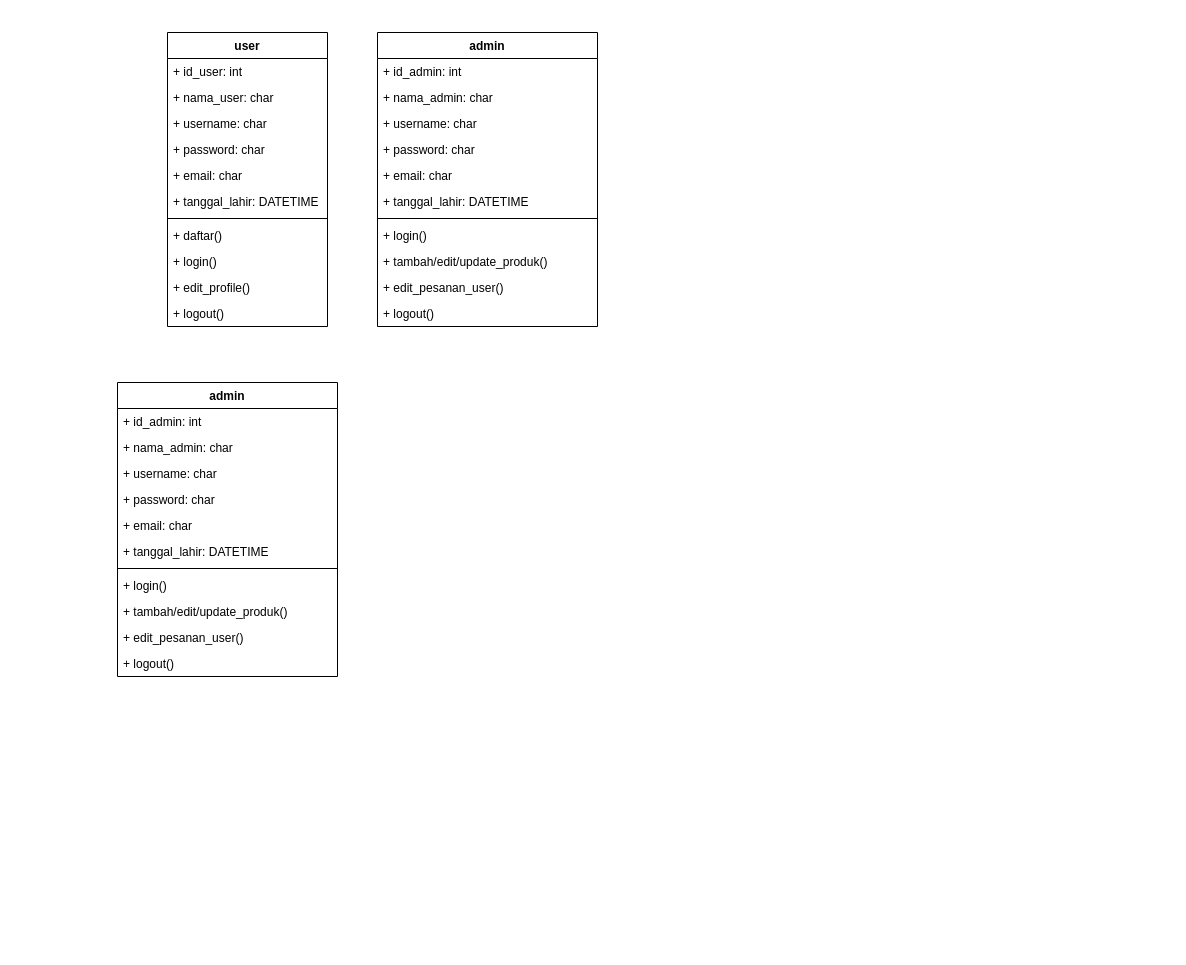
Earlier version of the draw.io diagram classDiagram.drawio (romijatmiko/2N2R-SHOES-WEBSITE). Source tidied: cells renumbered, new cells numbered last; positions are measured from the earlier drawing's top-left corner, leaving out a move shared by most shapes. Both pictures are drawn from the tidied source at 100%, with x=0, y=0 at pixel (117, 32).
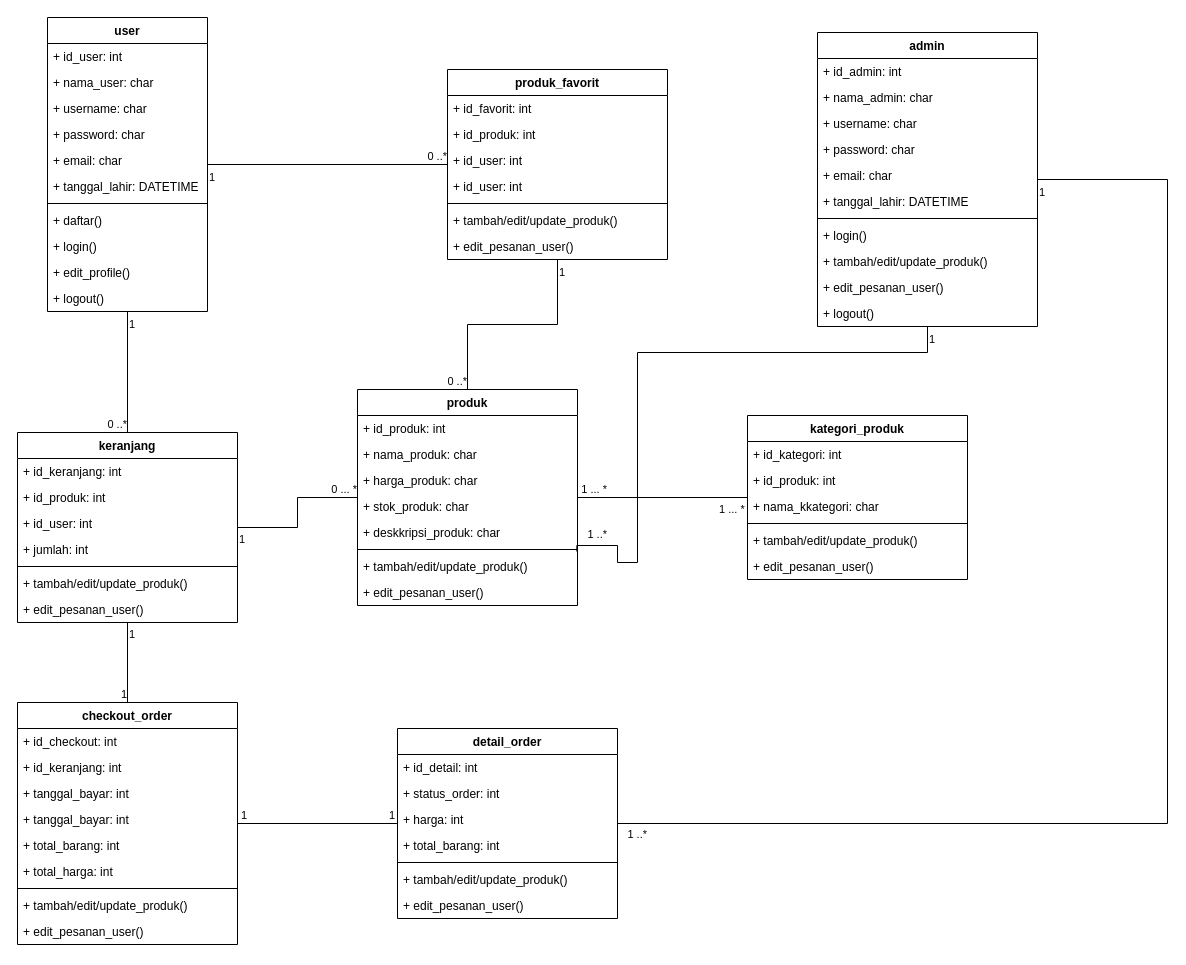
After the change.

What changed in the source:
```diff
@@
     <mxCell id="2" value="user" style="swimlane;fontStyle=1;align=center;verticalAlign=top;horizontal=1;startSize=26;" parent="1" vertex="1">
-      <mxGeometry x="50" width="160" height="294" as="geometry" />
+      <mxGeometry x="-70" y="-15" width="160" height="294" as="geometry" />
     </mxCell>
@@
     <mxCell id="14" value="admin" style="swimlane;fontStyle=1;align=center;verticalAlign=top;horizontal=1;startSize=26;" parent="1" vertex="1">
-      <mxGeometry x="260" width="220" height="294" as="geometry" />
+      <mxGeometry x="700" width="220" height="294" as="geometry" />
     </mxCell>
@@
-    <mxCell id="26" value="admin" style="swimlane;fontStyle=1;align=center;verticalAlign=top;horizontal=1;startSize=26;" parent="1" vertex="1">
-      <mxGeometry y="350" width="220" height="294" as="geometry" />
+    <mxCell id="26" value="produk" style="swimlane;fontStyle=1;align=center;verticalAlign=top;horizontal=1;startSize=26;" parent="1" vertex="1">
+      <mxGeometry x="240" y="357" width="220" height="216" as="geometry" />
     </mxCell>
-    <mxCell id="27" value="+ id_admin: int" style="text;strokeColor=none;fillColor=none;align=left;verticalAlign=top;spacingLeft=4;spacingRight=4;overflow=hidden;" parent="26" vertex="1">
+    <mxCell id="27" value="+ id_produk: int" style="text;strokeColor=none;fillColor=none;align=left;verticalAlign=top;spacingLeft=4;spacingRight=4;overflow=hidden;" parent="26" vertex="1">
       <mxGeometry y="26" width="220" height="26" as="geometry" />
     </mxCell>
-    <mxCell id="28" value="+ nama_admin: char" style="text;strokeColor=none;fillColor=none;align=left;verticalAlign=top;spacingLeft=4;spacingRight=4;overflow=hidden;" parent="26" vertex="1">
+    <mxCell id="28" value="+ nama_produk: char" style="text;strokeColor=none;fillColor=none;align=left;verticalAlign=top;spacingLeft=4;spacingRight=4;overflow=hidden;" parent="26" vertex="1">
       <mxGeometry y="52" width="220" height="26" as="geometry" />
     </mxCell>
-    <mxCell id="29" value="+ username: char" style="text;strokeColor=none;fillColor=none;align=left;verticalAlign=top;spacingLeft=4;spacingRight=4;overflow=hidden;" parent="26" vertex="1">
+    <mxCell id="29" value="+ harga_produk: char" style="text;strokeColor=none;fillColor=none;align=left;verticalAlign=top;spacingLeft=4;spacingRight=4;overflow=hidden;" parent="26" vertex="1">
       <mxGeometry y="78" width="220" height="26" as="geometry" />
     </mxCell>
-    <mxCell id="30" value="+ password: char" style="text;strokeColor=none;fillColor=none;align=left;verticalAlign=top;spacingLeft=4;spacingRight=4;overflow=hidden;" parent="26" vertex="1">
+    <mxCell id="30" value="+ stok_produk: char" style="text;strokeColor=none;fillColor=none;align=left;verticalAlign=top;spacingLeft=4;spacingRight=4;overflow=hidden;" parent="26" vertex="1">
       <mxGeometry y="104" width="220" height="26" as="geometry" />
     </mxCell>
-    <mxCell id="31" value="+ email: char" style="text;strokeColor=none;fillColor=none;align=left;verticalAlign=top;spacingLeft=4;spacingRight=4;overflow=hidden;" parent="26" vertex="1">
+    <mxCell id="31" value="+ deskkripsi_produk: char" style="text;strokeColor=none;fillColor=none;align=left;verticalAlign=top;spacingLeft=4;spacingRight=4;overflow=hidden;" parent="26" vertex="1">
       <mxGeometry y="130" width="220" height="26" as="geometry" />
     </mxCell>
-    <mxCell id="32" value="+ tanggal_lahir: DATETIME" style="text;strokeColor=none;fillColor=none;align=left;verticalAlign=top;spacingLeft=4;spacingRight=4;overflow=hidden;" parent="26" vertex="1">
-      <mxGeometry y="156" width="220" height="26" as="geometry" />
-    </mxCell>
     <mxCell id="33" style="line;strokeWidth=1;fillColor=none;align=left;verticalAlign=middle;spacingTop=-1;spacingLeft=3;spacingRight=3;labelPosition=right;points=[];portConstraint=eastwest;" parent="26" vertex="1">
-      <mxGeometry y="182" width="220" height="8" as="geometry" />
+      <mxGeometry y="156" width="220" height="8" as="geometry" />
     </mxCell>
-    <mxCell id="34" value="+ login()" style="text;strokeColor=none;fillColor=none;align=left;verticalAlign=top;spacingLeft=4;spacingRight=4;overflow=hidden;" parent="26" vertex="1">
-      <mxGeometry y="190" width="220" height="26" as="geometry" />
-    </mxCell>
     <mxCell id="35" value="+ tambah/edit/update_produk()" style="text;strokeColor=none;fillColor=none;align=left;verticalAlign=top;spacingLeft=4;spacingRight=4;overflow=hidden;" parent="26" vertex="1">
-      <mxGeometry y="216" width="220" height="26" as="geometry" />
+      <mxGeometry y="164" width="220" height="26" as="geometry" />
     </mxCell>
     <mxCell id="36" value="+ edit_pesanan_user()" style="text;strokeColor=none;fillColor=none;align=left;verticalAlign=top;spacingLeft=4;spacingRight=4;overflow=hidden;" parent="26" vertex="1">
-      <mxGeometry y="242" width="220" height="26" as="geometry" />
+      <mxGeometry y="190" width="220" height="26" as="geometry" />
     </mxCell>
-    <mxCell id="37" value="+ logout()" style="text;strokeColor=none;fillColor=none;align=left;verticalAlign=top;spacingLeft=4;spacingRight=4;overflow=hidden;" parent="26" vertex="1">
-      <mxGeometry y="268" width="220" height="26" as="geometry" />
-    </mxCell>
+    <mxCell id="38" value="kategori_produk" style="swimlane;fontStyle=1;align=center;verticalAlign=top;horizontal=1;startSize=26;" parent="1" vertex="1">
+      <mxGeometry x="630" y="383" width="220" height="164" as="geometry" />
+    </mxCell>
+    <mxCell id="39" value="+ id_kategori: int" style="text;strokeColor=none;fillColor=none;align=left;verticalAlign=top;spacingLeft=4;spacingRight=4;overflow=hidden;" parent="38" vertex="1">
+      <mxGeometry y="26" width="220" height="26" as="geometry" />
+    </mxCell>
+    <mxCell id="40" value="+ id_produk: int" style="text;strokeColor=none;fillColor=none;align=left;verticalAlign=top;spacingLeft=4;spacingRight=4;overflow=hidden;" parent="38" vertex="1">
+      <mxGeometry y="52" width="220" height="26" as="geometry" />
+    </mxCell>
+    <mxCell id="41" value="+ nama_kkategori: char" style="text;strokeColor=none;fillColor=none;align=left;verticalAlign=top;spacingLeft=4;spacingRight=4;overflow=hidden;" parent="38" vertex="1">
+      <mxGeometry y="78" width="220" height="26" as="geometry" />
+    </mxCell>
+    <mxCell id="42" style="line;strokeWidth=1;fillColor=none;align=left;verticalAlign=middle;spacingTop=-1;spacingLeft=3;spacingRight=3;labelPosition=right;" parent="38" vertex="1">
+      <mxGeometry y="104" width="220" height="8" as="geometry" />
+    </mxCell>
+    <mxCell id="43" value="+ tambah/edit/update_produk()" style="text;strokeColor=none;fillColor=none;align=left;verticalAlign=top;spacingLeft=4;spacingRight=4;overflow=hidden;" parent="38" vertex="1">
+      <mxGeometry y="112" width="220" height="26" as="geometry" />
+    </mxCell>
+    <mxCell id="44" value="+ edit_pesanan_user()" style="text;strokeColor=none;fillColor=none;align=left;verticalAlign=top;spacingLeft=4;spacingRight=4;overflow=hidden;" parent="38" vertex="1">
+      <mxGeometry y="138" width="220" height="26" as="geometry" />
+    </mxCell>
+    <mxCell id="45" value="produk_favorit" style="swimlane;fontStyle=1;align=center;verticalAlign=top;horizontal=1;startSize=26;" parent="1" vertex="1">
+      <mxGeometry x="330" y="37" width="220" height="190" as="geometry" />
+    </mxCell>
+    <mxCell id="46" value="+ id_favorit: int" style="text;strokeColor=none;fillColor=none;align=left;verticalAlign=top;spacingLeft=4;spacingRight=4;overflow=hidden;" parent="45" vertex="1">
+      <mxGeometry y="26" width="220" height="26" as="geometry" />
+    </mxCell>
+    <mxCell id="47" value="+ id_produk: int" style="text;strokeColor=none;fillColor=none;align=left;verticalAlign=top;spacingLeft=4;spacingRight=4;overflow=hidden;" parent="45" vertex="1">
+      <mxGeometry y="52" width="220" height="26" as="geometry" />
+    </mxCell>
+    <mxCell id="48" value="+ id_user: int" style="text;strokeColor=none;fillColor=none;align=left;verticalAlign=top;spacingLeft=4;spacingRight=4;overflow=hidden;" parent="45" vertex="1">
+      <mxGeometry y="78" width="220" height="26" as="geometry" />
+    </mxCell>
+    <mxCell id="49" value="+ id_user: int" style="text;strokeColor=none;fillColor=none;align=left;verticalAlign=top;spacingLeft=4;spacingRight=4;overflow=hidden;" parent="45" vertex="1">
+      <mxGeometry y="104" width="220" height="26" as="geometry" />
+    </mxCell>
+    <mxCell id="50" style="line;strokeWidth=1;fillColor=none;align=left;verticalAlign=middle;spacingTop=-1;spacingLeft=3;spacingRight=3;labelPosition=right;" parent="45" vertex="1">
+      <mxGeometry y="130" width="220" height="8" as="geometry" />
+    </mxCell>
+    <mxCell id="51" value="+ tambah/edit/update_produk()" style="text;strokeColor=none;fillColor=none;align=left;verticalAlign=top;spacingLeft=4;spacingRight=4;overflow=hidden;" parent="45" vertex="1">
+      <mxGeometry y="138" width="220" height="26" as="geometry" />
+    </mxCell>
+    <mxCell id="52" value="+ edit_pesanan_user()" style="text;strokeColor=none;fillColor=none;align=left;verticalAlign=top;spacingLeft=4;spacingRight=4;overflow=hidden;" parent="45" vertex="1">
+      <mxGeometry y="164" width="220" height="26" as="geometry" />
+    </mxCell>
+    <mxCell id="53" value="keranjang" style="swimlane;fontStyle=1;align=center;verticalAlign=top;horizontal=1;startSize=26;" parent="1" vertex="1">
+      <mxGeometry x="-100" y="400" width="220" height="190" as="geometry" />
+    </mxCell>
+    <mxCell id="54" value="+ id_keranjang: int" style="text;strokeColor=none;fillColor=none;align=left;verticalAlign=top;spacingLeft=4;spacingRight=4;overflow=hidden;" parent="53" vertex="1">
+      <mxGeometry y="26" width="220" height="26" as="geometry" />
+    </mxCell>
+    <mxCell id="55" value="+ id_produk: int" style="text;strokeColor=none;fillColor=none;align=left;verticalAlign=top;spacingLeft=4;spacingRight=4;overflow=hidden;" parent="53" vertex="1">
+      <mxGeometry y="52" width="220" height="26" as="geometry" />
+    </mxCell>
+    <mxCell id="56" value="+ id_user: int" style="text;strokeColor=none;fillColor=none;align=left;verticalAlign=top;spacingLeft=4;spacingRight=4;overflow=hidden;" parent="53" vertex="1">
+      <mxGeometry y="78" width="220" height="26" as="geometry" />
+    </mxCell>
+    <mxCell id="57" value="+ jumlah: int" style="text;strokeColor=none;fillColor=none;align=left;verticalAlign=top;spacingLeft=4;spacingRight=4;overflow=hidden;" parent="53" vertex="1">
+      <mxGeometry y="104" width="220" height="26" as="geometry" />
+    </mxCell>
+    <mxCell id="58" style="line;strokeWidth=1;fillColor=none;align=left;verticalAlign=middle;spacingTop=-1;spacingLeft=3;spacingRight=3;labelPosition=right;" parent="53" vertex="1">
+      <mxGeometry y="130" width="220" height="8" as="geometry" />
+    </mxCell>
+    <mxCell id="59" value="+ tambah/edit/update_produk()" style="text;strokeColor=none;fillColor=none;align=left;verticalAlign=top;spacingLeft=4;spacingRight=4;overflow=hidden;" parent="53" vertex="1">
+      <mxGeometry y="138" width="220" height="26" as="geometry" />
+    </mxCell>
+    <mxCell id="60" value="+ edit_pesanan_user()" style="text;strokeColor=none;fillColor=none;align=left;verticalAlign=top;spacingLeft=4;spacingRight=4;overflow=hidden;" parent="53" vertex="1">
+      <mxGeometry y="164" width="220" height="26" as="geometry" />
+    </mxCell>
+    <mxCell id="61" value="checkout_order" style="swimlane;fontStyle=1;align=center;verticalAlign=top;horizontal=1;startSize=26;" parent="1" vertex="1">
+      <mxGeometry x="-100" y="670" width="220" height="242" as="geometry" />
+    </mxCell>
+    <mxCell id="62" value="+ id_checkout: int" style="text;strokeColor=none;fillColor=none;align=left;verticalAlign=top;spacingLeft=4;spacingRight=4;overflow=hidden;" parent="61" vertex="1">
+      <mxGeometry y="26" width="220" height="26" as="geometry" />
+    </mxCell>
+    <mxCell id="63" value="+ id_keranjang: int" style="text;strokeColor=none;fillColor=none;align=left;verticalAlign=top;spacingLeft=4;spacingRight=4;overflow=hidden;" parent="61" vertex="1">
+      <mxGeometry y="52" width="220" height="26" as="geometry" />
+    </mxCell>
+    <mxCell id="64" value="+ tanggal_bayar: int" style="text;strokeColor=none;fillColor=none;align=left;verticalAlign=top;spacingLeft=4;spacingRight=4;overflow=hidden;" parent="61" vertex="1">
+      <mxGeometry y="78" width="220" height="26" as="geometry" />
+    </mxCell>
+    <mxCell id="65" value="+ tanggal_bayar: int" style="text;strokeColor=none;fillColor=none;align=left;verticalAlign=top;spacingLeft=4;spacingRight=4;overflow=hidden;" parent="61" vertex="1">
+      <mxGeometry y="104" width="220" height="26" as="geometry" />
+    </mxCell>
+    <mxCell id="66" value="+ total_barang: int" style="text;strokeColor=none;fillColor=none;align=left;verticalAlign=top;spacingLeft=4;spacingRight=4;overflow=hidden;" parent="61" vertex="1">
+      <mxGeometry y="130" width="220" height="26" as="geometry" />
+    </mxCell>
+    <mxCell id="67" value="+ total_harga: int" style="text;strokeColor=none;fillColor=none;align=left;verticalAlign=top;spacingLeft=4;spacingRight=4;overflow=hidden;" parent="61" vertex="1">
+      <mxGeometry y="156" width="220" height="26" as="geometry" />
+    </mxCell>
+    <mxCell id="68" style="line;strokeWidth=1;fillColor=none;align=left;verticalAlign=middle;spacingTop=-1;spacingLeft=3;spacingRight=3;labelPosition=right;" parent="61" vertex="1">
+      <mxGeometry y="182" width="220" height="8" as="geometry" />
+    </mxCell>
+    <mxCell id="69" value="+ tambah/edit/update_produk()" style="text;strokeColor=none;fillColor=none;align=left;verticalAlign=top;spacingLeft=4;spacingRight=4;overflow=hidden;" parent="61" vertex="1">
+      <mxGeometry y="190" width="220" height="26" as="geometry" />
+    </mxCell>
+    <mxCell id="70" value="+ edit_pesanan_user()" style="text;strokeColor=none;fillColor=none;align=left;verticalAlign=top;spacingLeft=4;spacingRight=4;overflow=hidden;" parent="61" vertex="1">
+      <mxGeometry y="216" width="220" height="26" as="geometry" />
+    </mxCell>
+    <mxCell id="71" value="detail_order" style="swimlane;fontStyle=1;align=center;verticalAlign=top;horizontal=1;startSize=26;" parent="1" vertex="1">
+      <mxGeometry x="280" y="696" width="220" height="190" as="geometry" />
+    </mxCell>
+    <mxCell id="72" value="+ id_detail: int" style="text;strokeColor=none;fillColor=none;align=left;verticalAlign=top;spacingLeft=4;spacingRight=4;overflow=hidden;" parent="71" vertex="1">
+      <mxGeometry y="26" width="220" height="26" as="geometry" />
+    </mxCell>
+    <mxCell id="73" value="+ status_order: int" style="text;strokeColor=none;fillColor=none;align=left;verticalAlign=top;spacingLeft=4;spacingRight=4;overflow=hidden;" parent="71" vertex="1">
+      <mxGeometry y="52" width="220" height="26" as="geometry" />
+    </mxCell>
+    <mxCell id="74" value="+ harga: int" style="text;strokeColor=none;fillColor=none;align=left;verticalAlign=top;spacingLeft=4;spacingRight=4;overflow=hidden;" parent="71" vertex="1">
+      <mxGeometry y="78" width="220" height="26" as="geometry" />
+    </mxCell>
+    <mxCell id="75" value="+ total_barang: int" style="text;strokeColor=none;fillColor=none;align=left;verticalAlign=top;spacingLeft=4;spacingRight=4;overflow=hidden;" parent="71" vertex="1">
+      <mxGeometry y="104" width="220" height="26" as="geometry" />
+    </mxCell>
+    <mxCell id="76" style="line;strokeWidth=1;fillColor=none;align=left;verticalAlign=middle;spacingTop=-1;spacingLeft=3;spacingRight=3;labelPosition=right;" parent="71" vertex="1">
+      <mxGeometry y="130" width="220" height="8" as="geometry" />
+    </mxCell>
+    <mxCell id="77" value="+ tambah/edit/update_produk()" style="text;strokeColor=none;fillColor=none;align=left;verticalAlign=top;spacingLeft=4;spacingRight=4;overflow=hidden;" parent="71" vertex="1">
+      <mxGeometry y="138" width="220" height="26" as="geometry" />
+    </mxCell>
+    <mxCell id="78" value="+ edit_pesanan_user()" style="text;strokeColor=none;fillColor=none;align=left;verticalAlign=top;spacingLeft=4;spacingRight=4;overflow=hidden;" parent="71" vertex="1">
+      <mxGeometry y="164" width="220" height="26" as="geometry" />
+    </mxCell>
+    <mxCell id="79" style="endArrow=none;html=1;edgeStyle=orthogonalEdgeStyle;rounded=0;" parent="1" edge="1" source="2" target="53">
+      <mxGeometry relative="1" as="geometry" />
+    </mxCell>
+    <mxCell id="80" value="1" style="edgeLabel;html=1;align=left;verticalAlign=bottom;" parent="79" vertex="1">
+      <mxGeometry x="-1" relative="1" as="geometry">
+        <mxPoint y="21" as="offset" />
+      </mxGeometry>
+    </mxCell>
+    <mxCell id="81" value="0 ..*" style="edgeLabel;html=1;align=right;verticalAlign=bottom;" parent="79" vertex="1">
+      <mxGeometry x="1" relative="1" as="geometry" />
+    </mxCell>
+    <mxCell id="82" style="endArrow=none;html=1;edgeStyle=orthogonalEdgeStyle;rounded=0;" parent="1" edge="1" source="53" target="61">
+      <mxGeometry relative="1" as="geometry" />
+    </mxCell>
+    <mxCell id="83" value="1" style="edgeLabel;html=1;align=left;verticalAlign=bottom;" parent="82" vertex="1">
+      <mxGeometry x="-1" relative="1" as="geometry">
+        <mxPoint y="20" as="offset" />
+      </mxGeometry>
+    </mxCell>
+    <mxCell id="84" value="1" style="edgeLabel;html=1;align=right;verticalAlign=bottom;" parent="82" vertex="1">
+      <mxGeometry x="1" relative="1" as="geometry" />
+    </mxCell>
+    <mxCell id="85" style="endArrow=none;html=1;edgeStyle=orthogonalEdgeStyle;rounded=0;" parent="1" edge="1" source="71" target="61">
+      <mxGeometry relative="1" as="geometry" />
+    </mxCell>
+    <mxCell id="86" value="1" style="edgeLabel;html=1;align=left;verticalAlign=bottom;" parent="85" vertex="1">
+      <mxGeometry x="-1" relative="1" as="geometry">
+        <mxPoint x="-10" as="offset" />
+      </mxGeometry>
+    </mxCell>
+    <mxCell id="87" value="1" style="edgeLabel;html=1;align=right;verticalAlign=bottom;" parent="85" vertex="1">
+      <mxGeometry x="1" relative="1" as="geometry">
+        <mxPoint x="10" as="offset" />
+      </mxGeometry>
+    </mxCell>
+    <mxCell id="88" style="endArrow=none;html=1;edgeStyle=orthogonalEdgeStyle;rounded=0;" parent="1" edge="1" source="53" target="26">
+      <mxGeometry relative="1" as="geometry" />
+    </mxCell>
+    <mxCell id="89" value="1" style="edgeLabel;html=1;align=left;verticalAlign=bottom;" parent="88" vertex="1">
+      <mxGeometry x="-1" relative="1" as="geometry">
+        <mxPoint y="20" as="offset" />
+      </mxGeometry>
+    </mxCell>
+    <mxCell id="90" value="0 ... *" style="edgeLabel;html=1;align=right;verticalAlign=bottom;" parent="88" vertex="1">
+      <mxGeometry x="1" relative="1" as="geometry" />
+    </mxCell>
+    <mxCell id="91" style="endArrow=none;html=1;edgeStyle=orthogonalEdgeStyle;rounded=0;" parent="1" edge="1" source="38" target="26">
+      <mxGeometry relative="1" as="geometry" />
+    </mxCell>
+    <mxCell id="92" value="1 ... *" style="edgeLabel;html=1;align=left;verticalAlign=bottom;" parent="91" vertex="1">
+      <mxGeometry x="-1" relative="1" as="geometry">
+        <mxPoint x="-30" y="20" as="offset" />
+      </mxGeometry>
+    </mxCell>
+    <mxCell id="93" value="1 ... *" style="edgeLabel;html=1;align=right;verticalAlign=bottom;" parent="91" vertex="1">
+      <mxGeometry x="1" relative="1" as="geometry">
+        <mxPoint x="30" as="offset" />
+      </mxGeometry>
+    </mxCell>
+    <mxCell id="94" style="endArrow=none;html=1;edgeStyle=orthogonalEdgeStyle;rounded=0;" parent="1" edge="1" source="2" target="45">
+      <mxGeometry relative="1" as="geometry" />
+    </mxCell>
+    <mxCell id="95" value="1" style="edgeLabel;html=1;align=left;verticalAlign=bottom;" parent="94" vertex="1">
+      <mxGeometry x="-1" relative="1" as="geometry">
+        <mxPoint y="21" as="offset" />
+      </mxGeometry>
+    </mxCell>
+    <mxCell id="96" value="0 ..*" style="edgeLabel;html=1;align=right;verticalAlign=bottom;" parent="94" vertex="1">
+      <mxGeometry x="1" relative="1" as="geometry" />
+    </mxCell>
+    <mxCell id="97" style="endArrow=none;html=1;edgeStyle=orthogonalEdgeStyle;rounded=0;" parent="1" edge="1" source="45" target="26">
+      <mxGeometry relative="1" as="geometry" />
+    </mxCell>
+    <mxCell id="98" value="1" style="edgeLabel;html=1;align=left;verticalAlign=bottom;" parent="97" vertex="1">
+      <mxGeometry x="-1" relative="1" as="geometry">
+        <mxPoint y="21" as="offset" />
+      </mxGeometry>
+    </mxCell>
+    <mxCell id="99" value="0 ..*" style="edgeLabel;html=1;align=right;verticalAlign=bottom;" parent="97" vertex="1">
+      <mxGeometry x="1" relative="1" as="geometry" />
+    </mxCell>
+    <mxCell id="100" style="endArrow=none;html=1;edgeStyle=orthogonalEdgeStyle;rounded=0;entryX=0.997;entryY=0.75;entryDx=0;entryDy=0;entryPerimeter=0;" parent="1" edge="1" source="14" target="33">
+      <mxGeometry relative="1" as="geometry">
+        <Array as="points">
+          <mxPoint x="810" y="320" />
+          <mxPoint x="520" y="320" />
+          <mxPoint x="520" y="530" />
+          <mxPoint x="500" y="530" />
+          <mxPoint x="500" y="513" />
+          <mxPoint x="459" y="513" />
+        </Array>
+      </mxGeometry>
+    </mxCell>
+    <mxCell id="101" value="1" style="edgeLabel;html=1;align=left;verticalAlign=bottom;" parent="100" vertex="1">
+      <mxGeometry x="-1" relative="1" as="geometry">
+        <mxPoint y="21" as="offset" />
+      </mxGeometry>
+    </mxCell>
+    <mxCell id="102" value="1 ..*" style="edgeLabel;html=1;align=right;verticalAlign=bottom;" parent="100" vertex="1">
+      <mxGeometry x="1" relative="1" as="geometry">
+        <mxPoint x="31" y="-9" as="offset" />
+      </mxGeometry>
+    </mxCell>
+    <mxCell id="103" style="endArrow=none;html=1;edgeStyle=orthogonalEdgeStyle;rounded=0;" parent="1" edge="1" source="14" target="71">
+      <mxGeometry relative="1" as="geometry">
+        <Array as="points">
+          <mxPoint x="1050" y="147" />
+          <mxPoint x="1050" y="791" />
+        </Array>
+      </mxGeometry>
+    </mxCell>
+    <mxCell id="104" value="1" style="edgeLabel;html=1;align=left;verticalAlign=bottom;" parent="103" vertex="1">
+      <mxGeometry x="-1" relative="1" as="geometry">
+        <mxPoint y="21" as="offset" />
+      </mxGeometry>
+    </mxCell>
+    <mxCell id="105" value="1 ..*" style="edgeLabel;html=1;align=right;verticalAlign=bottom;" parent="103" vertex="1">
+      <mxGeometry x="1" relative="1" as="geometry">
+        <mxPoint x="30" y="19" as="offset" />
+      </mxGeometry>
+    </mxCell>
```
